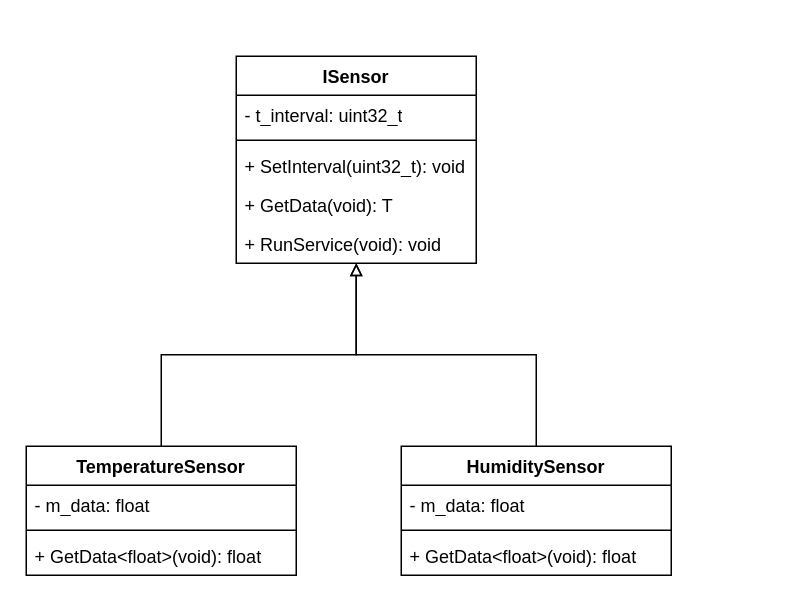
This is page "sensor_class" (3 of 3) of doc/qml_display.drawio from lucastaba/qml_display, a draw.io file, before an edit. Source tidied: cells renumbered, new cells numbered last; positions are measured from the earlier drawing's top-left corner, leaving out a move shared by most shapes. Both pictures are drawn from the tidied source at 150%, with x=0, y=0 at pixel (26, 56).
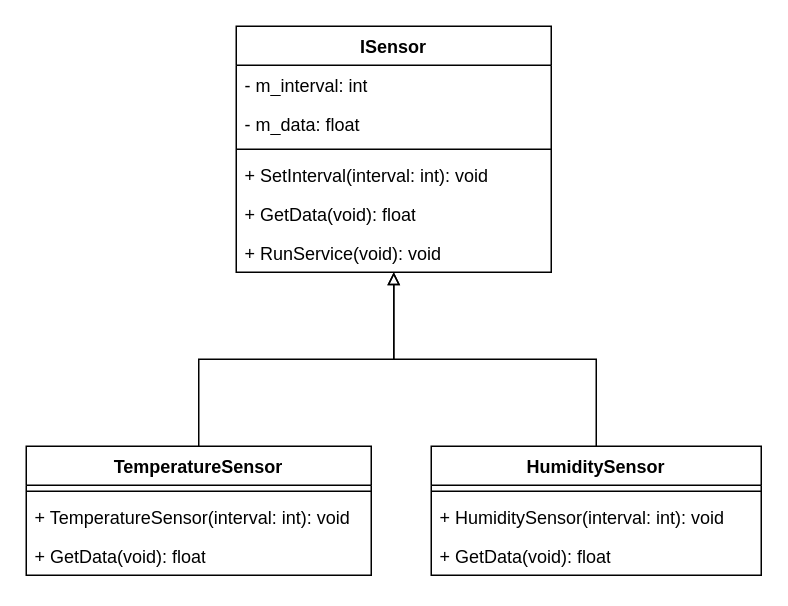
Above is the later version.

Diff of the diagram source:
```diff
@@
 <mxGraphModel>
   <root>
     <mxCell id="0" />
     <mxCell id="1" parent="0" />
     <mxCell id="2" value="ISensor" style="swimlane;fontStyle=1;align=center;verticalAlign=top;horizontal=1;startSize=26;whiteSpace=wrap;html=1;" parent="1" vertex="1">
-      <mxGeometry x="140" width="160" height="138" as="geometry" />
+      <mxGeometry x="140" y="-20" width="210" height="164" as="geometry" />
     </mxCell>
-    <mxCell id="3" value="- t_interval: uint32_t" style="text;strokeColor=none;fillColor=none;align=left;verticalAlign=top;spacingLeft=4;spacingRight=4;overflow=hidden;whiteSpace=wrap;html=1;" parent="2" vertex="1">
-      <mxGeometry y="26" width="160" height="26" as="geometry" />
+    <mxCell id="3" value="- m_interval: int" style="text;strokeColor=none;fillColor=none;align=left;verticalAlign=top;spacingLeft=4;spacingRight=4;overflow=hidden;whiteSpace=wrap;html=1;" parent="2" vertex="1">
+      <mxGeometry y="26" width="210" height="26" as="geometry" />
     </mxCell>
+    <mxCell id="18" value="- m_data: float" style="text;strokeColor=none;fillColor=none;align=left;verticalAlign=top;spacingLeft=4;spacingRight=4;overflow=hidden;whiteSpace=wrap;html=1;" parent="2" vertex="1">
+      <mxGeometry y="52" width="210" height="26" as="geometry" />
+    </mxCell>
     <mxCell id="4" style="line;strokeWidth=1;fillColor=none;align=left;verticalAlign=middle;spacingTop=-1;spacingLeft=3;spacingRight=3;labelPosition=right;strokeColor=inherit;" parent="2" vertex="1">
-      <mxGeometry y="52" width="160" height="8" as="geometry" />
+      <mxGeometry y="78" width="210" height="8" as="geometry" />
     </mxCell>
-    <mxCell id="5" value="+ SetInterval(uint32_t): void" style="text;strokeColor=none;fillColor=none;align=left;verticalAlign=top;spacingLeft=4;spacingRight=4;overflow=hidden;whiteSpace=wrap;html=1;" parent="2" vertex="1">
-      <mxGeometry y="60" width="160" height="26" as="geometry" />
+    <mxCell id="5" value="+ SetInterval(interval: int): void" style="text;strokeColor=none;fillColor=none;align=left;verticalAlign=top;spacingLeft=4;spacingRight=4;overflow=hidden;whiteSpace=wrap;html=1;" parent="2" vertex="1">
+      <mxGeometry y="86" width="210" height="26" as="geometry" />
     </mxCell>
-    <mxCell id="6" value="+ GetData(void): T" style="text;strokeColor=none;fillColor=none;align=left;verticalAlign=top;spacingLeft=4;spacingRight=4;overflow=hidden;whiteSpace=wrap;html=1;" parent="2" vertex="1">
-      <mxGeometry y="86" width="160" height="26" as="geometry" />
+    <mxCell id="6" value="+ GetData(void): float" style="text;strokeColor=none;fillColor=none;align=left;verticalAlign=top;spacingLeft=4;spacingRight=4;overflow=hidden;whiteSpace=wrap;html=1;" parent="2" vertex="1">
+      <mxGeometry y="112" width="210" height="26" as="geometry" />
     </mxCell>
     <mxCell id="7" value="+ RunService(void): void" style="text;strokeColor=none;fillColor=none;align=left;verticalAlign=top;spacingLeft=4;spacingRight=4;overflow=hidden;whiteSpace=wrap;html=1;" parent="2" vertex="1">
-      <mxGeometry y="112" width="160" height="26" as="geometry" />
+      <mxGeometry y="138" width="210" height="26" as="geometry" />
     </mxCell>
     <mxCell id="8" style="edgeStyle=orthogonalEdgeStyle;rounded=0;jettySize=auto;html=1;endArrow=block;endFill=0;" parent="1" edge="1" source="9" target="2">
       <mxGeometry relative="1" as="geometry" />
     </mxCell>
     <mxCell id="9" value="TemperatureSensor" style="swimlane;fontStyle=1;align=center;verticalAlign=top;horizontal=1;startSize=26;whiteSpace=wrap;html=1;" parent="1" vertex="1">
-      <mxGeometry y="260" width="180" height="86" as="geometry" />
+      <mxGeometry y="260" width="230" height="86" as="geometry" />
     </mxCell>
-    <mxCell id="10" value="- m_data: float" style="text;strokeColor=none;fillColor=none;align=left;verticalAlign=top;spacingLeft=4;spacingRight=4;overflow=hidden;whiteSpace=wrap;html=1;" parent="9" vertex="1">
-      <mxGeometry y="26" width="180" height="26" as="geometry" />
-    </mxCell>
     <mxCell id="11" style="line;strokeWidth=1;fillColor=none;align=left;verticalAlign=middle;spacingTop=-1;spacingLeft=3;spacingRight=3;labelPosition=right;strokeColor=inherit;" parent="9" vertex="1">
-      <mxGeometry y="52" width="180" height="8" as="geometry" />
+      <mxGeometry y="26" width="230" height="8" as="geometry" />
     </mxCell>
+    <mxCell id="19" value="+ TemperatureSensor(interval: int): void" style="text;strokeColor=none;fillColor=none;align=left;verticalAlign=top;spacingLeft=4;spacingRight=4;overflow=hidden;whiteSpace=wrap;html=1;" parent="9" vertex="1">
+      <mxGeometry y="34" width="230" height="26" as="geometry" />
+    </mxCell>
-    <mxCell id="12" value="+ GetData&amp;lt;float&amp;gt;(void): float" style="text;strokeColor=none;fillColor=none;align=left;verticalAlign=top;spacingLeft=4;spacingRight=4;overflow=hidden;whiteSpace=wrap;html=1;" parent="9" vertex="1">
-      <mxGeometry y="60" width="180" height="26" as="geometry" />
+    <mxCell id="12" value="+ GetData(void): float" style="text;strokeColor=none;fillColor=none;align=left;verticalAlign=top;spacingLeft=4;spacingRight=4;overflow=hidden;whiteSpace=wrap;html=1;" parent="9" vertex="1">
+      <mxGeometry y="60" width="230" height="26" as="geometry" />
     </mxCell>
     <mxCell id="13" style="edgeStyle=orthogonalEdgeStyle;rounded=0;jettySize=auto;html=1;endArrow=block;endFill=0;" parent="1" edge="1" source="14" target="2">
       <mxGeometry relative="1" as="geometry" />
     </mxCell>
     <mxCell id="14" value="HumiditySensor" style="swimlane;fontStyle=1;align=center;verticalAlign=top;horizontal=1;startSize=26;whiteSpace=wrap;html=1;" parent="1" vertex="1">
-      <mxGeometry x="250" y="260" width="180" height="86" as="geometry" />
+      <mxGeometry x="270" y="260" width="220" height="86" as="geometry" />
     </mxCell>
-    <mxCell id="15" value="- m_data: float" style="text;strokeColor=none;fillColor=none;align=left;verticalAlign=top;spacingLeft=4;spacingRight=4;overflow=hidden;whiteSpace=wrap;html=1;" parent="14" vertex="1">
-      <mxGeometry y="26" width="180" height="26" as="geometry" />
-    </mxCell>
     <mxCell id="16" style="line;strokeWidth=1;fillColor=none;align=left;verticalAlign=middle;spacingTop=-1;spacingLeft=3;spacingRight=3;labelPosition=right;strokeColor=inherit;" parent="14" vertex="1">
-      <mxGeometry y="52" width="180" height="8" as="geometry" />
+      <mxGeometry y="26" width="220" height="8" as="geometry" />
     </mxCell>
+    <mxCell id="20" value="+ HumiditySensor(interval: int): void" style="text;strokeColor=none;fillColor=none;align=left;verticalAlign=top;spacingLeft=4;spacingRight=4;overflow=hidden;whiteSpace=wrap;html=1;" parent="14" vertex="1">
+      <mxGeometry y="34" width="220" height="26" as="geometry" />
+    </mxCell>
-    <mxCell id="17" value="+ GetData&amp;lt;float&amp;gt;(void): float" style="text;strokeColor=none;fillColor=none;align=left;verticalAlign=top;spacingLeft=4;spacingRight=4;overflow=hidden;whiteSpace=wrap;html=1;" parent="14" vertex="1">
-      <mxGeometry y="60" width="180" height="26" as="geometry" />
+    <mxCell id="17" value="+ GetData(void): float" style="text;strokeColor=none;fillColor=none;align=left;verticalAlign=top;spacingLeft=4;spacingRight=4;overflow=hidden;whiteSpace=wrap;html=1;" parent="14" vertex="1">
+      <mxGeometry y="60" width="220" height="26" as="geometry" />
     </mxCell>
   </root>
 </mxGraphModel>
```
